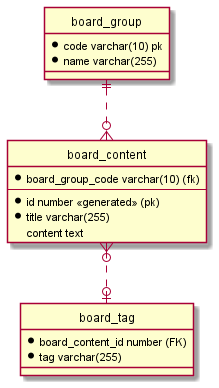
Earlier version of the PlantUML export content/post/spring/jpa/20201115/sample_borad_erd_2.png (boojongmin/hugo-blog).
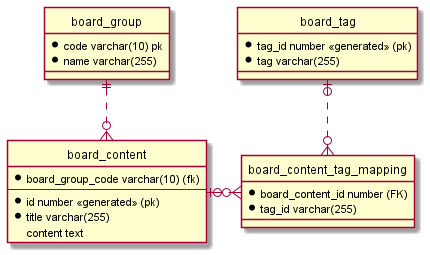
After the commit.

The edit, as a diff of the source:
```diff
@@ -16,12 +16,19 @@
   content text
 }
 
-entity "board_tag" as e03 {
+entity "board_content_tag_mapping" as e03 {
   *board_content_id number (FK)
+  *tag_id varchar(255)
+}
+
+
+entity "board_tag" as e04 {
+  *tag_id number <<generated>> (pk)
   *tag varchar(255)
 }
 
 e01 ||..o{ e02
-e02 }o..o| e03
+e02 |o.r.o{ e03
+e03 }o.u.o| e04
 
 @enduml
```
